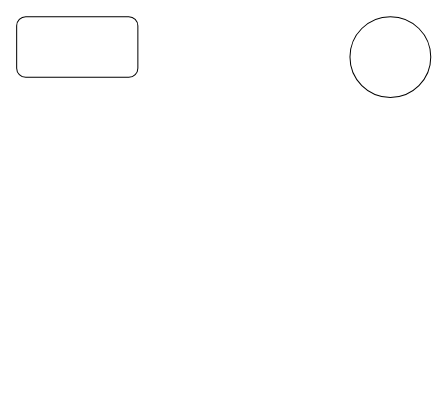
Before: Untitled Diagram.drawio in 774803886/-, a draw.io diagram. Source tidied: cells renumbered, new cells numbered last; positions are measured from the earlier drawing's top-left corner, leaving out a move shared by most shapes. Both pictures are drawn from the tidied source at 101%, with x=0, y=0 at pixel (16, 16).
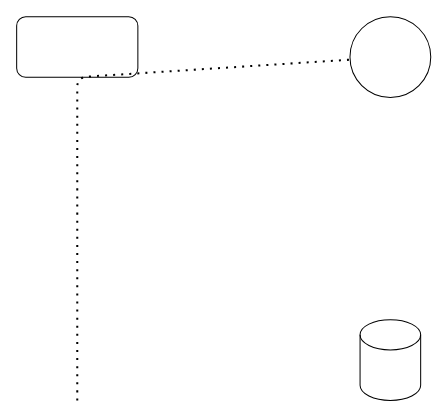
The same page after the edit.

The edit, as a diff of the source:
```diff
@@
 <mxGraphModel>
   <root>
     <mxCell id="0" />
     <mxCell id="1" parent="0" />
     <mxCell id="2" style="rounded=1;whiteSpace=wrap;html=1;" parent="1" vertex="1">
       <mxGeometry width="120" height="60" as="geometry" />
     </mxCell>
     <mxCell id="3" style="ellipse;whiteSpace=wrap;html=1;" parent="1" vertex="1">
       <mxGeometry x="330" width="80" height="80" as="geometry" />
     </mxCell>
+    <mxCell id="4" style="endArrow=none;dashed=1;html=1;dashPattern=1 3;strokeWidth=2;" parent="1" edge="1" target="3">
+      <mxGeometry relative="1" as="geometry">
+        <mxPoint x="60" y="380" as="sourcePoint" />
+        <Array as="points">
+          <mxPoint x="60" y="60" />
+        </Array>
+      </mxGeometry>
+    </mxCell>
+    <mxCell id="5" style="shape=cylinder3;whiteSpace=wrap;html=1;boundedLbl=1;backgroundOutline=1;size=15;" parent="1" vertex="1">
+      <mxGeometry x="340" y="300" width="60" height="80" as="geometry" />
+    </mxCell>
   </root>
 </mxGraphModel>
```
